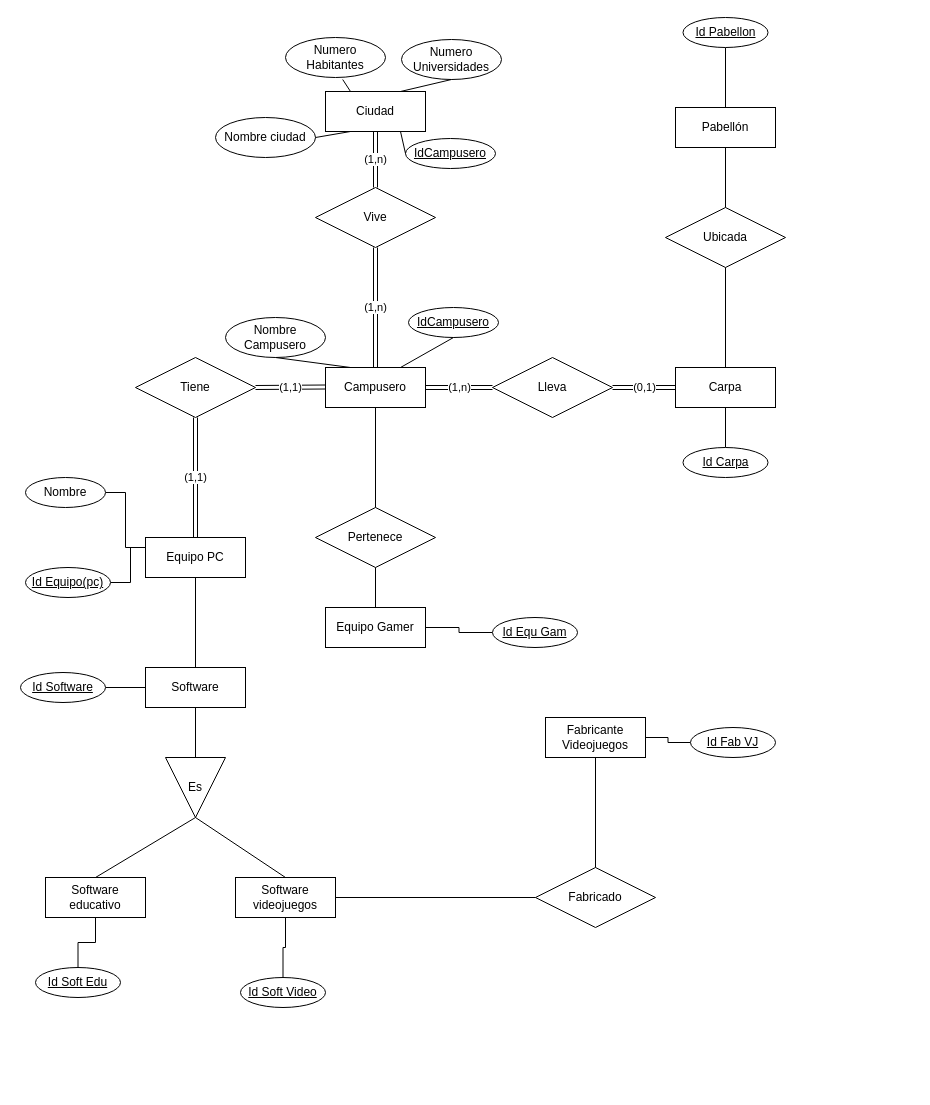
Before: Diagrama sin título.drawio in TatianaVZ5/gdatos., a draw.io diagram. Source tidied: cells renumbered, new cells numbered last; positions are measured from the earlier drawing's top-left corner, leaving out a move shared by most shapes. Both pictures are drawn from the tidied source at 100%, with x=0, y=0 at pixel (20, 17).
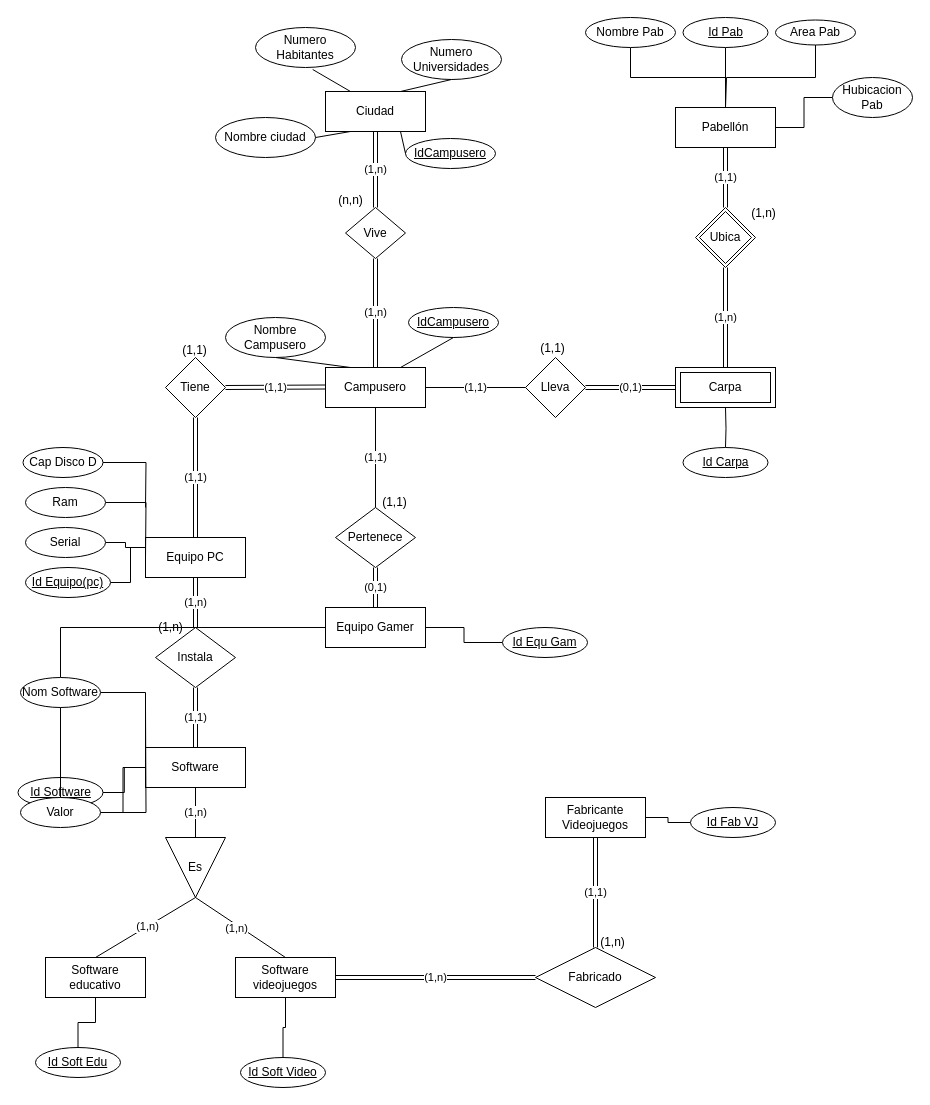
The same page after the edit.

The change refers to these unchanged cells:
```xml
<mxCell id="2" value="Campusero" style="whiteSpace=wrap;html=1;align=center;" parent="1" vertex="1">
  <mxGeometry x="305" y="350" width="100" height="40" as="geometry" />
</mxCell>
<mxCell id="6" value="Equipo Gamer" style="whiteSpace=wrap;html=1;align=center;" parent="1" vertex="1">
  <mxGeometry x="305" y="590" width="100" height="40" as="geometry" />
</mxCell>
<mxCell id="9" value="Pabellón" style="whiteSpace=wrap;html=1;align=center;" parent="1" vertex="1">
  <mxGeometry x="655" y="90" width="100" height="40" as="geometry" />
</mxCell>
<mxCell id="10" value="Equipo PC" style="whiteSpace=wrap;html=1;align=center;" parent="1" vertex="1">
  <mxGeometry x="125" y="520" width="100" height="40" as="geometry" />
</mxCell>
<mxCell id="43" style="endArrow=none;html=1;rounded=0;exitX=1;exitY=0.5;exitDx=0;exitDy=0;entryX=0.5;entryY=0;entryDx=0;entryDy=0;" parent="1" edge="1" source="41" target="12">
  <mxGeometry relative="1" as="geometry" />
</mxCell>
<mxCell id="55" value="Id Carpa" style="ellipse;whiteSpace=wrap;html=1;align=center;fontStyle=4;" parent="1" vertex="1">
  <mxGeometry x="662.5" y="430" width="85" height="30" as="geometry" />
</mxCell>
```

What changed in the source:
```diff
@@
-    <mxCell id="5" style="edgeStyle=orthogonalEdgeStyle;rounded=0;jettySize=auto;html=1;strokeColor=default;align=center;verticalAlign=middle;fontFamily=Helvetica;fontSize=11;fontColor=default;labelBackgroundColor=default;endArrow=none;endFill=0;" parent="1" edge="1" source="6" target="58">
-      <mxGeometry relative="1" as="geometry" />
+    <mxCell id="5" style="edgeStyle=orthogonalEdgeStyle;rounded=0;jettySize=auto;html=1;strokeColor=default;align=center;verticalAlign=middle;fontFamily=Helvetica;fontSize=11;fontColor=default;labelBackgroundColor=default;endArrow=none;endFill=0;" parent="1" edge="1" source="88">
+      <mxGeometry relative="1" as="geometry">
+        <mxPoint x="37.5" y="765" as="targetPoint" />
+      </mxGeometry>
     </mxCell>
+    <mxCell id="65" style="edgeStyle=orthogonalEdgeStyle;rounded=0;jettySize=auto;html=1;strokeColor=default;align=center;verticalAlign=middle;fontFamily=Helvetica;fontSize=11;fontColor=default;labelBackgroundColor=default;endArrow=none;endFill=0;" parent="1" edge="1" source="6" target="58">
+      <mxGeometry relative="1" as="geometry" />
+    </mxCell>
@@
-    <mxCell id="7" style="edgeStyle=orthogonalEdgeStyle;rounded=0;jettySize=auto;html=1;strokeColor=default;align=center;verticalAlign=middle;fontFamily=Helvetica;fontSize=11;fontColor=default;labelBackgroundColor=default;endArrow=none;endFill=0;" parent="1" edge="1" source="8" target="55">
-      <mxGeometry relative="1" as="geometry" />
+    <mxCell id="7" style="edgeStyle=orthogonalEdgeStyle;rounded=0;jettySize=auto;html=1;strokeColor=default;align=center;verticalAlign=middle;fontFamily=Helvetica;fontSize=11;fontColor=default;labelBackgroundColor=default;endArrow=none;endFill=0;" parent="1" edge="1" target="55">
+      <mxGeometry relative="1" as="geometry">
+        <mxPoint x="705" y="390" as="sourcePoint" />
+      </mxGeometry>
     </mxCell>
-    <mxCell id="8" value="Carpa" style="whiteSpace=wrap;html=1;align=center;" parent="1" vertex="1">
-      <mxGeometry x="655" y="350" width="100" height="40" as="geometry" />
-    </mxCell>
@@
     <mxCell id="11" value="Software" style="whiteSpace=wrap;html=1;align=center;" parent="1" vertex="1">
-      <mxGeometry x="125" y="650" width="100" height="40" as="geometry" />
+      <mxGeometry x="125" y="730" width="100" height="40" as="geometry" />
     </mxCell>
     <mxCell id="12" value="Software educativo" style="whiteSpace=wrap;html=1;align=center;" parent="1" vertex="1">
-      <mxGeometry x="25" y="860" width="100" height="40" as="geometry" />
+      <mxGeometry x="25" y="940" width="100" height="40" as="geometry" />
     </mxCell>
@@
     <mxCell id="14" value="Software videojuegos" style="whiteSpace=wrap;html=1;align=center;" parent="1" vertex="1">
-      <mxGeometry x="215" y="860" width="100" height="40" as="geometry" />
+      <mxGeometry x="215" y="940" width="100" height="40" as="geometry" />
     </mxCell>
@@
     <mxCell id="16" value="Fabricante Videojuegos" style="whiteSpace=wrap;html=1;align=center;" parent="1" vertex="1">
-      <mxGeometry x="525" y="700" width="100" height="40" as="geometry" />
+      <mxGeometry x="525" y="780" width="100" height="40" as="geometry" />
     </mxCell>
@@
     <mxCell id="18" value="Lleva" style="shape=rhombus;perimeter=rhombusPerimeter;whiteSpace=wrap;html=1;align=center;" parent="1" vertex="1">
-      <mxGeometry x="472" y="340" width="120" height="60" as="geometry" />
+      <mxGeometry x="505" y="340" width="60" height="60" as="geometry" />
     </mxCell>
     <mxCell id="19" value="Tiene" style="shape=rhombus;perimeter=rhombusPerimeter;whiteSpace=wrap;html=1;align=center;" parent="1" vertex="1">
-      <mxGeometry x="115" y="340" width="120" height="60" as="geometry" />
+      <mxGeometry x="145" y="340" width="60" height="60" as="geometry" />
     </mxCell>
     <mxCell id="20" value="Vive" style="shape=rhombus;perimeter=rhombusPerimeter;whiteSpace=wrap;html=1;align=center;" parent="1" vertex="1">
-      <mxGeometry x="295" y="170" width="120" height="60" as="geometry" />
+      <mxGeometry x="325" y="190" width="60" height="51" as="geometry" />
     </mxCell>
@@
     <mxCell id="26" value="Numero Habitantes" style="ellipse;whiteSpace=wrap;html=1;align=center;" parent="1" vertex="1">
-      <mxGeometry x="265" y="20" width="100" height="40" as="geometry" />
+      <mxGeometry x="235" y="10" width="100" height="40" as="geometry" />
     </mxCell>
@@
-    <mxCell id="34" value="Ubicada" style="shape=rhombus;perimeter=rhombusPerimeter;whiteSpace=wrap;html=1;align=center;" parent="1" vertex="1">
-      <mxGeometry x="645" y="190" width="120" height="60" as="geometry" />
-    </mxCell>
-    <mxCell id="35" value="(1,n)" style="endArrow=none;html=1;rounded=0;exitX=1;exitY=0.5;exitDx=0;exitDy=0;entryX=0;entryY=0.5;entryDx=0;entryDy=0;shape=link;" parent="1" edge="1" source="2" target="18">
-      <mxGeometry relative="1" as="geometry" />
-    </mxCell>
-    <mxCell id="36" value="(0,1)" style="endArrow=none;html=1;rounded=0;exitX=1;exitY=0.5;exitDx=0;exitDy=0;entryX=0;entryY=0.5;entryDx=0;entryDy=0;shape=link;" parent="1" edge="1" source="18" target="8">
-      <mxGeometry relative="1" as="geometry" />
+    <mxCell id="36" value="(0,1)" style="endArrow=none;html=1;rounded=0;exitX=1;exitY=0.5;exitDx=0;exitDy=0;entryX=0;entryY=0.5;entryDx=0;entryDy=0;shape=link;" parent="1" edge="1" source="18">
+      <mxGeometry relative="1" as="geometry">
+        <mxPoint x="655" y="370" as="targetPoint" />
+      </mxGeometry>
     </mxCell>
-    <mxCell id="37" style="endArrow=none;html=1;rounded=0;entryX=0.5;entryY=1;entryDx=0;entryDy=0;exitX=0.5;exitY=0;exitDx=0;exitDy=0;" parent="1" edge="1" source="8" target="34">
-      <mxGeometry relative="1" as="geometry" />
+    <mxCell id="37" value="(1,n)" style="endArrow=none;html=1;rounded=0;entryX=0.5;entryY=1;entryDx=0;entryDy=0;exitX=0.5;exitY=0;exitDx=0;exitDy=0;shape=link;" parent="1" edge="1">
+      <mxGeometry relative="1" as="geometry">
+        <mxPoint x="705" y="350" as="sourcePoint" />
+        <mxPoint x="705" y="250" as="targetPoint" />
+      </mxGeometry>
     </mxCell>
-    <mxCell id="38" style="endArrow=none;html=1;rounded=0;entryX=0.5;entryY=0;entryDx=0;entryDy=0;exitX=0.5;exitY=1;exitDx=0;exitDy=0;" parent="1" edge="1" source="9" target="34">
-      <mxGeometry relative="1" as="geometry" />
+    <mxCell id="38" value="(1,1)" style="endArrow=none;html=1;rounded=0;entryX=0.5;entryY=0;entryDx=0;entryDy=0;exitX=0.5;exitY=1;exitDx=0;exitDy=0;shape=link;" parent="1" edge="1" source="9">
+      <mxGeometry relative="1" as="geometry">
+        <mxPoint x="705" y="190" as="targetPoint" />
+      </mxGeometry>
     </mxCell>
-    <mxCell id="39" style="endArrow=none;html=1;rounded=0;exitX=0.5;exitY=1;exitDx=0;exitDy=0;entryX=0.5;entryY=0;entryDx=0;entryDy=0;" parent="1" edge="1" source="10" target="11">
-      <mxGeometry relative="1" as="geometry" />
-    </mxCell>
@@
     <mxCell id="41" value="Es" style="triangle;whiteSpace=wrap;html=1;dashed=0;direction=south;" parent="1" vertex="1">
-      <mxGeometry x="145" y="740" width="60" height="60" as="geometry" />
+      <mxGeometry x="145" y="820" width="60" height="60" as="geometry" />
     </mxCell>
-    <mxCell id="42" style="endArrow=none;html=1;rounded=0;exitX=0.5;exitY=1;exitDx=0;exitDy=0;entryX=0;entryY=0.5;entryDx=0;entryDy=0;" parent="1" edge="1" source="11" target="41">
+    <mxCell id="42" value="(1,n)" style="endArrow=none;html=1;rounded=0;exitX=0.5;exitY=1;exitDx=0;exitDy=0;entryX=0;entryY=0.5;entryDx=0;entryDy=0;" parent="1" edge="1" source="11" target="41">
       <mxGeometry relative="1" as="geometry" />
     </mxCell>
@@
+    <mxCell id="66" value="(1,n)" style="edgeLabel;html=1;align=center;verticalAlign=middle;" parent="43" vertex="1">
+      <mxGeometry x="-0.04" relative="1" as="geometry" />
+    </mxCell>
-    <mxCell id="44" style="endArrow=none;html=1;rounded=0;exitX=1;exitY=0.5;exitDx=0;exitDy=0;entryX=0.5;entryY=0;entryDx=0;entryDy=0;" parent="1" edge="1" source="41" target="14">
-      <mxGeometry relative="1" as="geometry" />
+    <mxCell id="44" style="endArrow=none;html=1;rounded=0;exitX=1;exitY=0.5;exitDx=0;exitDy=0;entryX=0.5;entryY=0;entryDx=0;entryDy=0;" parent="1" edge="1">
+      <mxGeometry relative="1" as="geometry">
+        <mxPoint x="175" y="880" as="sourcePoint" />
+        <mxPoint x="265" y="940" as="targetPoint" />
+      </mxGeometry>
     </mxCell>
+    <mxCell id="67" value="(1,n)" style="edgeLabel;html=1;align=center;verticalAlign=middle;" parent="44" vertex="1">
+      <mxGeometry x="-0.06" y="-3" relative="1" as="geometry" />
+    </mxCell>
     <mxCell id="45" value="Pertenece" style="shape=rhombus;perimeter=rhombusPerimeter;whiteSpace=wrap;html=1;align=center;" parent="1" vertex="1">
-      <mxGeometry x="295" y="490" width="120" height="60" as="geometry" />
+      <mxGeometry x="315" y="490" width="80" height="60" as="geometry" />
     </mxCell>
-    <mxCell id="46" style="endArrow=none;html=1;rounded=0;exitX=0.5;exitY=1;exitDx=0;exitDy=0;entryX=0.5;entryY=0;entryDx=0;entryDy=0;" parent="1" edge="1" source="2" target="45">
+    <mxCell id="46" value="(1,1)" style="endArrow=none;html=1;rounded=0;exitX=0.5;exitY=1;exitDx=0;exitDy=0;entryX=0.5;entryY=0;entryDx=0;entryDy=0;" parent="1" edge="1" source="2" target="45">
       <mxGeometry relative="1" as="geometry" />
     </mxCell>
-    <mxCell id="47" style="endArrow=none;html=1;rounded=0;exitX=0.5;exitY=1;exitDx=0;exitDy=0;entryX=0.5;entryY=0;entryDx=0;entryDy=0;" parent="1" edge="1" source="45" target="6">
+    <mxCell id="47" value="(0,1)" style="endArrow=none;html=1;rounded=0;exitX=0.5;exitY=1;exitDx=0;exitDy=0;entryX=0.5;entryY=0;entryDx=0;entryDy=0;shape=link;" parent="1" edge="1" source="45" target="6">
       <mxGeometry relative="1" as="geometry" />
     </mxCell>
     <mxCell id="48" value="Fabricado" style="shape=rhombus;perimeter=rhombusPerimeter;whiteSpace=wrap;html=1;align=center;" parent="1" vertex="1">
-      <mxGeometry x="515" y="850" width="120" height="60" as="geometry" />
+      <mxGeometry x="515" y="930" width="120" height="60" as="geometry" />
     </mxCell>
-    <mxCell id="49" style="endArrow=none;html=1;rounded=0;entryX=0.5;entryY=1;entryDx=0;entryDy=0;exitX=0.5;exitY=0;exitDx=0;exitDy=0;" parent="1" edge="1" source="48" target="16">
+    <mxCell id="49" value="(1,1)" style="endArrow=none;html=1;rounded=0;entryX=0.5;entryY=1;entryDx=0;entryDy=0;exitX=0.5;exitY=0;exitDx=0;exitDy=0;shape=link;" parent="1" edge="1" source="48" target="16">
       <mxGeometry relative="1" as="geometry" />
     </mxCell>
-    <mxCell id="50" style="endArrow=none;html=1;rounded=0;entryX=0;entryY=0.5;entryDx=0;entryDy=0;" parent="1" edge="1" target="48">
+    <mxCell id="50" value="(1,n)" style="endArrow=none;html=1;rounded=0;entryX=0;entryY=0.5;entryDx=0;entryDy=0;shape=link;" parent="1" edge="1" target="48">
       <mxGeometry relative="1" as="geometry">
-        <mxPoint x="315" y="880" as="sourcePoint" />
+        <mxPoint x="315" y="960" as="sourcePoint" />
       </mxGeometry>
     </mxCell>
@@
-    <mxCell id="52" value="Nombre" style="ellipse;whiteSpace=wrap;html=1;align=center;" parent="1" vertex="1">
-      <mxGeometry x="5" y="460" width="80" height="30" as="geometry" />
+    <mxCell id="52" value="Serial" style="ellipse;whiteSpace=wrap;html=1;align=center;" parent="1" vertex="1">
+      <mxGeometry x="5" y="510" width="80" height="30" as="geometry" />
     </mxCell>
@@
-    <mxCell id="57" value="Id Pabellon" style="ellipse;whiteSpace=wrap;html=1;align=center;fontStyle=4;" parent="1" vertex="1">
+    <mxCell id="57" value="Id Pab" style="ellipse;whiteSpace=wrap;html=1;align=center;fontStyle=4;" parent="1" vertex="1">
       <mxGeometry x="662.5" width="85" height="30" as="geometry" />
     </mxCell>
-    <mxCell id="58" value="Id Equ Gam" style="ellipse;whiteSpace=wrap;html=1;align=center;fontStyle=4;" parent="1" vertex="1">
-      <mxGeometry x="472" y="600" width="85" height="30" as="geometry" />
-    </mxCell>
@@
     <mxCell id="60" value="Id Software" style="ellipse;whiteSpace=wrap;html=1;align=center;fontStyle=4;" parent="1" vertex="1">
-      <mxGeometry y="655" width="85" height="30" as="geometry" />
+      <mxGeometry x="-2.5" y="760" width="85" height="30" as="geometry" />
     </mxCell>
@@
     <mxCell id="62" value="Id Soft Edu" style="ellipse;whiteSpace=wrap;html=1;align=center;fontStyle=4;" parent="1" vertex="1">
-      <mxGeometry x="15" y="950" width="85" height="30" as="geometry" />
+      <mxGeometry x="15" y="1030" width="85" height="30" as="geometry" />
     </mxCell>
     <mxCell id="63" value="Id Soft Video" style="ellipse;whiteSpace=wrap;html=1;align=center;fontStyle=4;" parent="1" vertex="1">
-      <mxGeometry x="220" y="960" width="85" height="30" as="geometry" />
+      <mxGeometry x="220" y="1040" width="85" height="30" as="geometry" />
     </mxCell>
     <mxCell id="64" value="Id Fab VJ" style="ellipse;whiteSpace=wrap;html=1;align=center;fontStyle=4;" parent="1" vertex="1">
-      <mxGeometry x="670" y="710" width="85" height="30" as="geometry" />
+      <mxGeometry x="670" y="790" width="85" height="30" as="geometry" />
     </mxCell>
+    <mxCell id="8" value="Carpa" style="shape=ext;margin=3;double=1;whiteSpace=wrap;html=1;align=center;" parent="1" vertex="1">
+      <mxGeometry x="655" y="350" width="100" height="40" as="geometry" />
+    </mxCell>
+    <mxCell id="68" style="edgeStyle=orthogonalEdgeStyle;rounded=0;jettySize=auto;html=1;strokeColor=default;align=center;verticalAlign=middle;fontFamily=Helvetica;fontSize=11;fontColor=default;labelBackgroundColor=default;endArrow=none;endFill=0;" parent="1" edge="1" source="70" target="9">
+      <mxGeometry relative="1" as="geometry" />
+    </mxCell>
+    <mxCell id="69" value="Ubica" style="shape=rhombus;double=1;perimeter=rhombusPerimeter;whiteSpace=wrap;html=1;align=center;" parent="1" vertex="1">
+      <mxGeometry x="675" y="190" width="60" height="60" as="geometry" />
+    </mxCell>
+    <mxCell id="70" value="Nombre Pab" style="ellipse;whiteSpace=wrap;html=1;align=center;" parent="1" vertex="1">
+      <mxGeometry x="565" width="90" height="30" as="geometry" />
+    </mxCell>
+    <mxCell id="35" value="(1,1)" style="endArrow=none;html=1;rounded=0;exitX=1;exitY=0.5;exitDx=0;exitDy=0;entryX=0;entryY=0.5;entryDx=0;entryDy=0;" parent="1" edge="1" source="2" target="18">
+      <mxGeometry relative="1" as="geometry" />
+    </mxCell>
+    <mxCell id="71" style="edgeStyle=orthogonalEdgeStyle;rounded=0;jettySize=auto;html=1;strokeColor=default;align=center;verticalAlign=middle;fontFamily=Helvetica;fontSize=11;fontColor=default;labelBackgroundColor=default;endArrow=none;endFill=0;" parent="1" edge="1" source="73">
+      <mxGeometry relative="1" as="geometry">
+        <mxPoint x="705" y="90" as="targetPoint" />
+        <Array as="points">
+          <mxPoint x="795" y="60" />
+          <mxPoint x="706" y="60" />
+        </Array>
+      </mxGeometry>
+    </mxCell>
+    <mxCell id="72" value="Instala" style="shape=rhombus;perimeter=rhombusPerimeter;whiteSpace=wrap;html=1;align=center;" parent="1" vertex="1">
+      <mxGeometry x="135" y="610" width="80" height="60" as="geometry" />
+    </mxCell>
+    <mxCell id="73" value="Area Pab" style="ellipse;whiteSpace=wrap;html=1;align=center;" parent="1" vertex="1">
+      <mxGeometry x="755" y="2.5" width="80" height="25" as="geometry" />
+    </mxCell>
+    <mxCell id="74" value="(1,1)" style="endArrow=none;html=1;rounded=0;exitX=0.5;exitY=1;exitDx=0;exitDy=0;entryX=0.5;entryY=0;entryDx=0;entryDy=0;shape=link;" parent="1" edge="1" source="72" target="11">
+      <mxGeometry relative="1" as="geometry" />
+    </mxCell>
+    <mxCell id="75" style="edgeStyle=orthogonalEdgeStyle;rounded=0;jettySize=auto;html=1;entryX=1;entryY=0.5;entryDx=0;entryDy=0;strokeColor=default;align=center;verticalAlign=middle;fontFamily=Helvetica;fontSize=11;fontColor=default;labelBackgroundColor=default;endArrow=none;endFill=0;" parent="1" edge="1" source="77" target="9">
+      <mxGeometry relative="1" as="geometry" />
+    </mxCell>
+    <mxCell id="76" value="(1,n)" style="endArrow=none;html=1;rounded=0;exitX=0.5;exitY=1;exitDx=0;exitDy=0;entryX=0.5;entryY=0;entryDx=0;entryDy=0;shape=link;" parent="1" edge="1" source="10" target="72">
+      <mxGeometry relative="1" as="geometry" />
+    </mxCell>
+    <mxCell id="77" value="Hubicacion Pab" style="ellipse;whiteSpace=wrap;html=1;align=center;" parent="1" vertex="1">
+      <mxGeometry x="812" y="60" width="80" height="40" as="geometry" />
+    </mxCell>
+    <mxCell id="78" style="edgeStyle=orthogonalEdgeStyle;rounded=0;jettySize=auto;html=1;strokeColor=default;align=center;verticalAlign=middle;fontFamily=Helvetica;fontSize=11;fontColor=default;labelBackgroundColor=default;endArrow=none;endFill=0;" parent="1" edge="1" source="79">
+      <mxGeometry relative="1" as="geometry">
+        <mxPoint x="125" y="540" as="targetPoint" />
+      </mxGeometry>
+    </mxCell>
+    <mxCell id="79" value="Ram" style="ellipse;whiteSpace=wrap;html=1;align=center;" parent="1" vertex="1">
+      <mxGeometry x="5" y="470" width="80" height="30" as="geometry" />
+    </mxCell>
+    <mxCell id="80" style="edgeStyle=orthogonalEdgeStyle;rounded=0;jettySize=auto;html=1;strokeColor=default;align=center;verticalAlign=middle;fontFamily=Helvetica;fontSize=11;fontColor=default;labelBackgroundColor=default;endArrow=none;endFill=0;" parent="1" edge="1" source="81">
+      <mxGeometry relative="1" as="geometry">
+        <mxPoint x="125" y="490" as="targetPoint" />
+      </mxGeometry>
+    </mxCell>
+    <mxCell id="81" value="Cap Disco D" style="ellipse;whiteSpace=wrap;html=1;align=center;" parent="1" vertex="1">
+      <mxGeometry x="2.5" y="430" width="80" height="30" as="geometry" />
+    </mxCell>
+    <mxCell id="82" style="edgeStyle=orthogonalEdgeStyle;rounded=0;jettySize=auto;html=1;strokeColor=default;align=center;verticalAlign=middle;fontFamily=Helvetica;fontSize=11;fontColor=default;labelBackgroundColor=default;endArrow=none;endFill=0;" parent="1" edge="1" source="88">
+      <mxGeometry relative="1" as="geometry">
+        <mxPoint x="125" y="690" as="targetPoint" />
+      </mxGeometry>
+    </mxCell>
+    <mxCell id="58" value="Id Equ Gam" style="ellipse;whiteSpace=wrap;html=1;align=center;fontStyle=4;" parent="1" vertex="1">
+      <mxGeometry x="482" y="610" width="85" height="30" as="geometry" />
+    </mxCell>
+    <mxCell id="83" style="edgeStyle=orthogonalEdgeStyle;rounded=0;jettySize=auto;html=1;strokeColor=default;align=center;verticalAlign=middle;fontFamily=Helvetica;fontSize=11;fontColor=default;labelBackgroundColor=default;endArrow=none;endFill=0;" parent="1" edge="1" source="6" target="85">
+      <mxGeometry relative="1" as="geometry" />
+    </mxCell>
+    <mxCell id="84" style="edgeStyle=orthogonalEdgeStyle;rounded=0;jettySize=auto;html=1;entryX=0;entryY=0;entryDx=0;entryDy=0;strokeColor=default;align=center;verticalAlign=middle;fontFamily=Helvetica;fontSize=11;fontColor=default;labelBackgroundColor=default;endArrow=none;endFill=0;" parent="1" edge="1" source="85" target="11">
+      <mxGeometry relative="1" as="geometry" />
+    </mxCell>
+    <mxCell id="85" value="Nom Software" style="ellipse;whiteSpace=wrap;html=1;align=center;" parent="1" vertex="1">
+      <mxGeometry y="660" width="80" height="30" as="geometry" />
+    </mxCell>
+    <mxCell id="86" style="edgeStyle=orthogonalEdgeStyle;rounded=0;jettySize=auto;html=1;strokeColor=default;align=center;verticalAlign=middle;fontFamily=Helvetica;fontSize=11;fontColor=default;labelBackgroundColor=default;endArrow=none;endFill=0;" parent="1" edge="1" source="85" target="88">
+      <mxGeometry relative="1" as="geometry" />
+    </mxCell>
+    <mxCell id="87" style="edgeStyle=orthogonalEdgeStyle;rounded=0;jettySize=auto;html=1;entryX=0;entryY=0.5;entryDx=0;entryDy=0;strokeColor=default;align=center;verticalAlign=middle;fontFamily=Helvetica;fontSize=11;fontColor=default;labelBackgroundColor=default;endArrow=none;endFill=0;" parent="1" edge="1" source="88" target="11">
+      <mxGeometry relative="1" as="geometry" />
+    </mxCell>
+    <mxCell id="88" value="Valor" style="ellipse;whiteSpace=wrap;html=1;align=center;" parent="1" vertex="1">
+      <mxGeometry y="780" width="80" height="30" as="geometry" />
+    </mxCell>
+    <mxCell id="89" value="(n,n)" style="text;html=1;align=center;verticalAlign=middle;strokeColor=none;fillColor=none;" parent="1" vertex="1">
+      <mxGeometry x="305" y="168" width="50" height="30" as="geometry" />
+    </mxCell>
+    <mxCell id="90" value="(1,n)" style="text;html=1;align=center;verticalAlign=middle;strokeColor=none;fillColor=none;" parent="1" vertex="1">
+      <mxGeometry x="718" y="181" width="50" height="30" as="geometry" />
+    </mxCell>
+    <mxCell id="91" value="(1,1)" style="text;html=1;align=center;verticalAlign=middle;strokeColor=none;fillColor=none;" parent="1" vertex="1">
+      <mxGeometry x="507" y="316" width="50" height="30" as="geometry" />
+    </mxCell>
+    <mxCell id="92" value="(1,1)" style="text;html=1;align=center;verticalAlign=middle;strokeColor=none;fillColor=none;" parent="1" vertex="1">
+      <mxGeometry x="149" y="318" width="50" height="30" as="geometry" />
+    </mxCell>
+    <mxCell id="93" value="(1,n)" style="text;html=1;align=center;verticalAlign=middle;strokeColor=none;fillColor=none;" parent="1" vertex="1">
+      <mxGeometry x="125" y="595" width="50" height="30" as="geometry" />
+    </mxCell>
+    <mxCell id="94" value="(1,1)" style="text;html=1;align=center;verticalAlign=middle;strokeColor=none;fillColor=none;" parent="1" vertex="1">
+      <mxGeometry x="349" y="470" width="50" height="30" as="geometry" />
+    </mxCell>
+    <mxCell id="95" value="(1,n)" style="text;html=1;align=center;verticalAlign=middle;strokeColor=none;fillColor=none;" parent="1" vertex="1">
+      <mxGeometry x="567" y="910" width="50" height="30" as="geometry" />
+    </mxCell>
```
